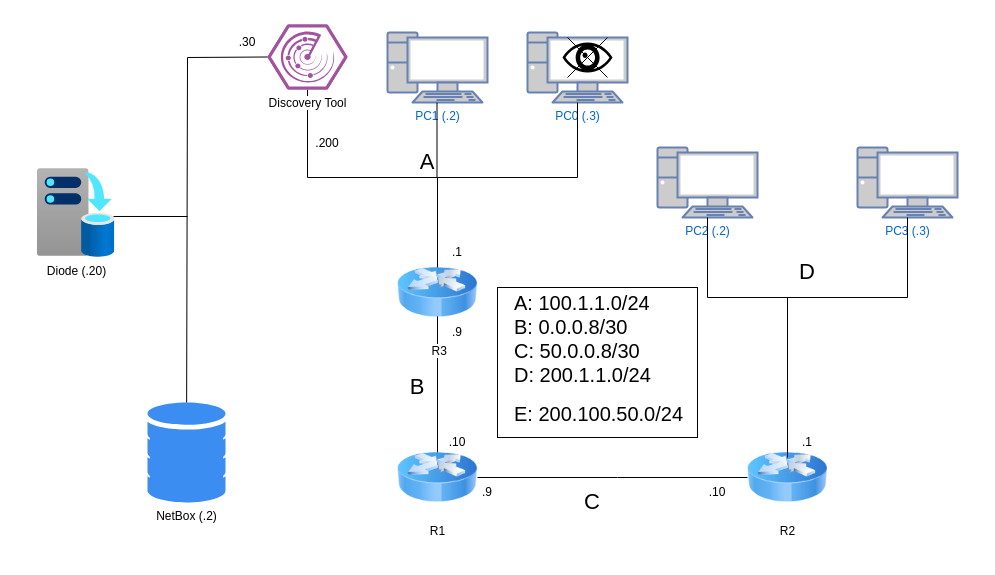
Above: Network Emulation.drawio in davidan2004/Diagrams (draw.io), before the change. Source tidied: cells renumbered, new cells numbered last; positions are measured from the earlier drawing's top-left corner, leaving out a move shared by most shapes. Both pictures are drawn from the tidied source at 100%, with x=0, y=0 at pixel (37, 24).
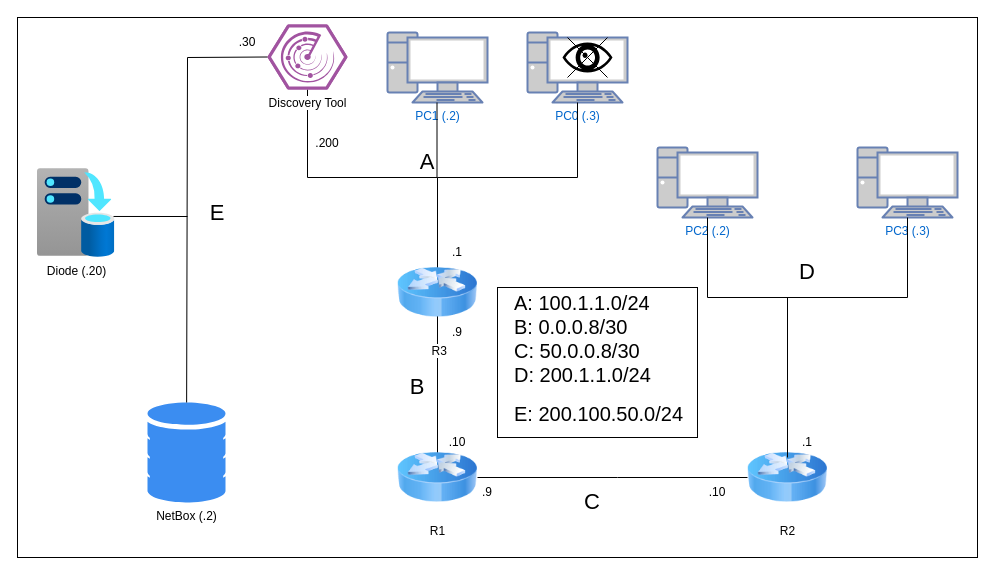
Above is the later version.

The edit, as a diff of the source:
```diff
@@
+    <mxCell id="43" style="rounded=0;whiteSpace=wrap;html=1;" parent="1" vertex="1">
+      <mxGeometry x="-20" y="-7" width="960" height="540" as="geometry" />
+    </mxCell>
@@
+    <mxCell id="44" value="&lt;font style=&quot;font-size: 22px;&quot;&gt;&lt;font&gt;E&lt;/font&gt;&lt;/font&gt;" style="text;html=1;align=center;verticalAlign=middle;whiteSpace=wrap;rounded=0;" parent="1" vertex="1">
+      <mxGeometry x="150" y="173.5" width="60" height="30" as="geometry" />
+    </mxCell>
```
